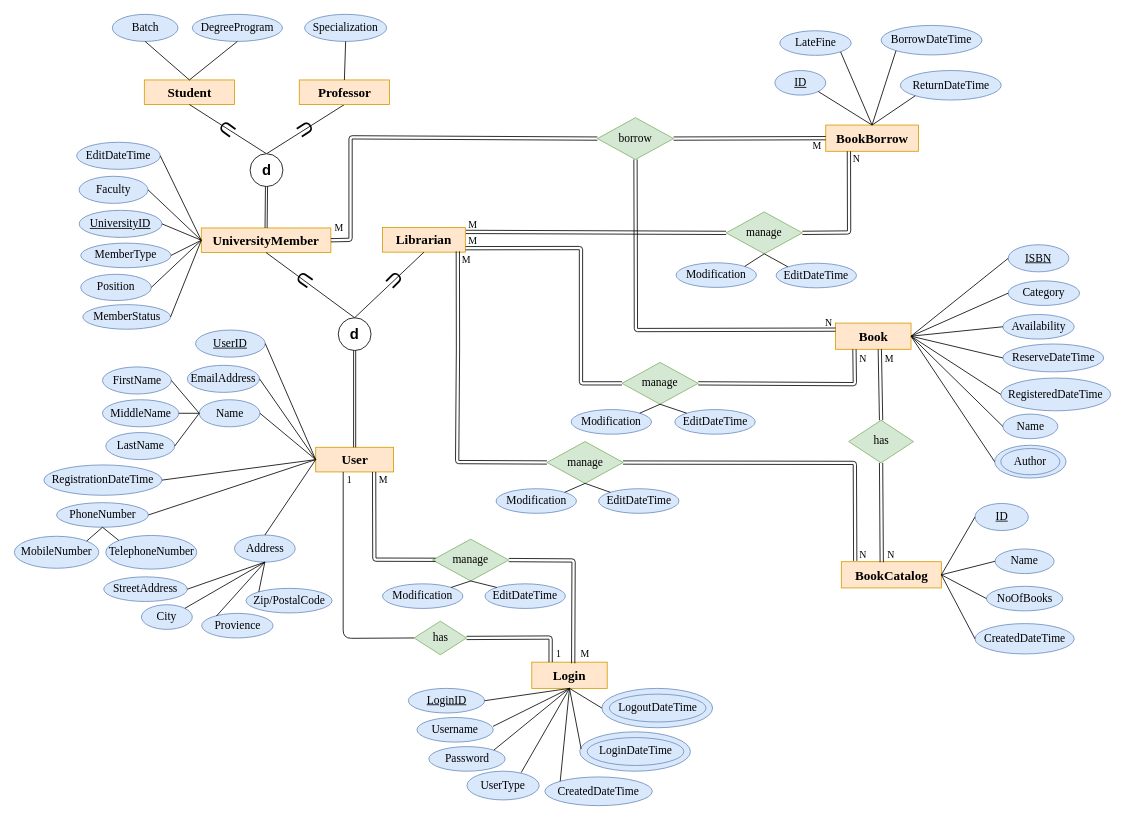
This is Documentation/Database/1.EERD/lsulibraryDB_EERD.drawio from hvlhasanka/Pearson_HND_Computing_Y1S2-Unit10_Web_Design_and_Development, a draw.io file, before an edit. Source tidied: cells renumbered, new cells numbered last; positions are measured from the earlier drawing's top-left corner, leaving out a move shared by most shapes. Both pictures are drawn from the tidied source at 82%, with x=0, y=0 at pixel (14, 14).
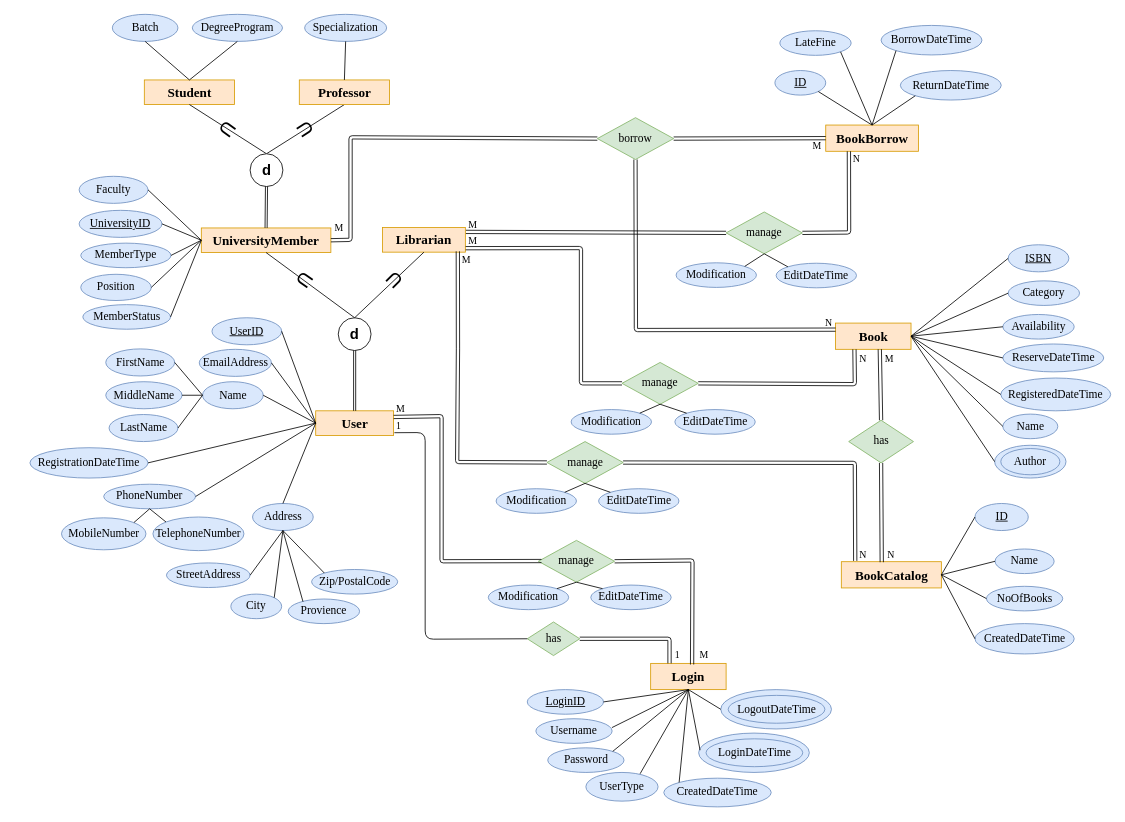
Above is the later version.

Unchanged cells that the change refers to:
```xml
<mxCell id="16" value="UniversityMember" style="rounded=0;whiteSpace=wrap;html=1;fontFamily=Times New Roman;fontSize=16;fillColor=#ffe6cc;strokeColor=#d79b00;fontStyle=1;" parent="1" vertex="1">
  <mxGeometry x="228" y="260.5" width="158" height="30" as="geometry" />
</mxCell>
```

What changed in the source:
```diff
@@
     <mxCell id="2" value="User" style="rounded=0;whiteSpace=wrap;html=1;fontFamily=Times New Roman;fontSize=16;fillColor=#ffe6cc;strokeColor=#d79b00;fontStyle=1;" parent="1" vertex="1">
-      <mxGeometry x="367.5" y="528" width="95" height="30" as="geometry" />
+      <mxGeometry x="367.5" y="483.5" width="95" height="30" as="geometry" />
     </mxCell>
@@
     <mxCell id="26" value="Name" style="ellipse;whiteSpace=wrap;html=1;fontFamily=Times New Roman;fontSize=14;fillColor=#dae8fc;strokeColor=#6c8ebf;" parent="1" vertex="1">
-      <mxGeometry x="225.5" y="470" width="74" height="33" as="geometry" />
+      <mxGeometry x="229.5" y="448" width="74" height="33" as="geometry" />
     </mxCell>
     <mxCell id="27" value="FirstName" style="ellipse;whiteSpace=wrap;html=1;fontFamily=Times New Roman;fontSize=14;fillColor=#dae8fc;strokeColor=#6c8ebf;" parent="1" vertex="1">
-      <mxGeometry x="107.5" y="430" width="84" height="33" as="geometry" />
+      <mxGeometry x="111.5" y="408" width="84" height="33" as="geometry" />
     </mxCell>
     <mxCell id="28" value="MiddleName" style="ellipse;whiteSpace=wrap;html=1;fontFamily=Times New Roman;fontSize=14;fillColor=#dae8fc;strokeColor=#6c8ebf;" parent="1" vertex="1">
-      <mxGeometry x="107.5" y="470" width="93" height="33" as="geometry" />
+      <mxGeometry x="111.5" y="448" width="93" height="33" as="geometry" />
     </mxCell>
     <mxCell id="29" value="LastName" style="ellipse;whiteSpace=wrap;html=1;fontFamily=Times New Roman;fontSize=14;fillColor=#dae8fc;strokeColor=#6c8ebf;" parent="1" vertex="1">
-      <mxGeometry x="111.5" y="510" width="84" height="33" as="geometry" />
+      <mxGeometry x="115.5" y="488" width="84" height="33" as="geometry" />
     </mxCell>
@@
     <mxCell id="31" value="Address" style="ellipse;whiteSpace=wrap;html=1;fontFamily=Times New Roman;fontSize=14;fillColor=#dae8fc;strokeColor=#6c8ebf;" parent="1" vertex="1">
-      <mxGeometry x="268.5" y="635" width="74" height="33" as="geometry" />
+      <mxGeometry x="290.5" y="596.5" width="74" height="33" as="geometry" />
     </mxCell>
     <mxCell id="32" value="StreetAddress" style="ellipse;whiteSpace=wrap;html=1;fontFamily=Times New Roman;fontSize=14;fillColor=#dae8fc;strokeColor=#6c8ebf;" parent="1" vertex="1">
-      <mxGeometry x="109" y="686" width="102" height="30" as="geometry" />
+      <mxGeometry x="185.5" y="669" width="102" height="30" as="geometry" />
     </mxCell>
     <mxCell id="33" value="City" style="ellipse;whiteSpace=wrap;html=1;fontFamily=Times New Roman;fontSize=14;fillColor=#dae8fc;strokeColor=#6c8ebf;" parent="1" vertex="1">
-      <mxGeometry x="155" y="720" width="62" height="30" as="geometry" />
+      <mxGeometry x="264" y="707" width="62" height="30" as="geometry" />
     </mxCell>
     <mxCell id="34" value="Provience" style="ellipse;whiteSpace=wrap;html=1;fontFamily=Times New Roman;fontSize=14;fillColor=#dae8fc;strokeColor=#6c8ebf;" parent="1" vertex="1">
-      <mxGeometry x="228.5" y="730.5" width="87" height="30" as="geometry" />
+      <mxGeometry x="334" y="713" width="87" height="30" as="geometry" />
     </mxCell>
     <mxCell id="35" value="Zip/PostalCode" style="ellipse;whiteSpace=wrap;html=1;fontFamily=Times New Roman;fontSize=14;fillColor=#dae8fc;strokeColor=#6c8ebf;" parent="1" vertex="1">
-      <mxGeometry x="282.5" y="700" width="105" height="30" as="geometry" />
+      <mxGeometry x="362.5" y="677" width="105" height="30" as="geometry" />
     </mxCell>
@@
     <mxCell id="43" value="EmailAddress" style="ellipse;whiteSpace=wrap;html=1;fontFamily=Times New Roman;fontSize=14;fillColor=#dae8fc;strokeColor=#6c8ebf;" parent="1" vertex="1">
-      <mxGeometry x="211" y="428" width="88" height="33" as="geometry" />
+      <mxGeometry x="225.5" y="408.5" width="88" height="33" as="geometry" />
     </mxCell>
-    <mxCell id="44" value="EditDateTime" style="ellipse;whiteSpace=wrap;html=1;fontFamily=Times New Roman;fontSize=14;fillColor=#dae8fc;strokeColor=#6c8ebf;" parent="1" vertex="1">
-      <mxGeometry x="76" y="156" width="102" height="33" as="geometry" />
-    </mxCell>
@@
     <mxCell id="46" value="PhoneNumber" style="ellipse;whiteSpace=wrap;html=1;fontFamily=Times New Roman;fontSize=14;fillColor=#dae8fc;strokeColor=#6c8ebf;" parent="1" vertex="1">
-      <mxGeometry x="51.5" y="595.5" width="112" height="30" as="geometry" />
+      <mxGeometry x="109" y="573" width="112" height="30" as="geometry" />
     </mxCell>
     <mxCell id="47" value="MobileNumber" style="ellipse;whiteSpace=wrap;html=1;fontFamily=Times New Roman;fontSize=14;fillColor=#dae8fc;strokeColor=#6c8ebf;" parent="1" vertex="1">
-      <mxGeometry y="636.5" width="103" height="39" as="geometry" />
+      <mxGeometry x="57.5" y="614" width="103" height="39" as="geometry" />
     </mxCell>
     <mxCell id="48" value="TelephoneNumber" style="ellipse;whiteSpace=wrap;html=1;fontFamily=Times New Roman;fontSize=14;fillColor=#dae8fc;strokeColor=#6c8ebf;" parent="1" vertex="1">
-      <mxGeometry x="111.5" y="635.5" width="111" height="41" as="geometry" />
+      <mxGeometry x="169" y="613" width="111" height="41" as="geometry" />
     </mxCell>
@@
     <mxCell id="51" value="RegistrationDateTime" style="ellipse;whiteSpace=wrap;html=1;fontFamily=Times New Roman;fontSize=14;fillColor=#dae8fc;strokeColor=#6c8ebf;" parent="1" vertex="1">
-      <mxGeometry x="36" y="549.5" width="144" height="37" as="geometry" />
+      <mxGeometry x="19" y="528.5" width="144" height="37" as="geometry" />
     </mxCell>
@@
     <mxCell id="53" value="&lt;u&gt;UserID&lt;/u&gt;" style="ellipse;whiteSpace=wrap;html=1;fontFamily=Times New Roman;fontSize=14;fillColor=#dae8fc;strokeColor=#6c8ebf;" parent="1" vertex="1">
-      <mxGeometry x="221" y="385" width="85" height="33" as="geometry" />
+      <mxGeometry x="241" y="370" width="85" height="33" as="geometry" />
     </mxCell>
@@
-    <mxCell id="55" style="endArrow=none;html=1;entryX=1;entryY=0.5;entryDx=0;entryDy=0;exitX=0;exitY=0.5;exitDx=0;exitDy=0;" parent="1" edge="1" source="16" target="44">
-      <mxGeometry relative="1" as="geometry" />
-    </mxCell>
@@
     <mxCell id="69" value="Login" style="rounded=0;whiteSpace=wrap;html=1;fontFamily=Times New Roman;fontSize=16;fillColor=#ffe6cc;strokeColor=#d79b00;fontStyle=1;" parent="1" vertex="1">
-      <mxGeometry x="631" y="790" width="92" height="32" as="geometry" />
+      <mxGeometry x="776" y="791.5" width="92" height="32" as="geometry" />
     </mxCell>
@@
     <mxCell id="91" value="&lt;u&gt;LoginID&lt;/u&gt;" style="ellipse;whiteSpace=wrap;html=1;fontFamily=Times New Roman;fontSize=14;fillColor=#dae8fc;strokeColor=#6c8ebf;" parent="1" vertex="1">
-      <mxGeometry x="480.5" y="822" width="93" height="30" as="geometry" />
+      <mxGeometry x="625.5" y="823.5" width="93" height="30" as="geometry" />
     </mxCell>
@@
     <mxCell id="93" value="Username" style="ellipse;whiteSpace=wrap;html=1;fontFamily=Times New Roman;fontSize=14;fillColor=#dae8fc;strokeColor=#6c8ebf;" parent="1" vertex="1">
-      <mxGeometry x="491" y="857.5" width="93" height="30" as="geometry" />
+      <mxGeometry x="636" y="859" width="93" height="30" as="geometry" />
     </mxCell>
     <mxCell id="94" value="Password" style="ellipse;whiteSpace=wrap;html=1;fontFamily=Times New Roman;fontSize=14;fillColor=#dae8fc;strokeColor=#6c8ebf;" parent="1" vertex="1">
-      <mxGeometry x="505.5" y="893" width="93" height="30" as="geometry" />
+      <mxGeometry x="650.5" y="894.5" width="93" height="30" as="geometry" />
     </mxCell>
     <mxCell id="95" value="UserType" style="ellipse;whiteSpace=wrap;html=1;fontFamily=Times New Roman;fontSize=14;fillColor=#dae8fc;strokeColor=#6c8ebf;" parent="1" vertex="1">
-      <mxGeometry x="552" y="923" width="88" height="35" as="geometry" />
+      <mxGeometry x="697" y="924.5" width="88" height="35" as="geometry" />
     </mxCell>
@@
     <mxCell id="120" value="has" style="rhombus;whiteSpace=wrap;html=1;fontFamily=Times New Roman;fontSize=14;fillColor=#d5e8d4;strokeColor=#82b366;" parent="1" vertex="1">
-      <mxGeometry x="487.5" y="740" width="64" height="41" as="geometry" />
+      <mxGeometry x="625.5" y="741" width="64" height="41" as="geometry" />
     </mxCell>
-    <mxCell id="121" style="endArrow=none;html=1;entryX=0;entryY=0.5;entryDx=0;entryDy=0;exitX=0.353;exitY=1;exitDx=0;exitDy=0;exitPerimeter=0;" parent="1" edge="1" source="2" target="120">
+    <mxCell id="121" style="endArrow=none;html=1;entryX=0;entryY=0.5;entryDx=0;entryDy=0;exitX=1.01;exitY=0.89;exitDx=0;exitDy=0;exitPerimeter=0;" parent="1" edge="1" source="2" target="120">
       <mxGeometry relative="1" as="geometry">
         <Array as="points">
-          <mxPoint x="401" y="761" />
+          <mxPoint x="501" y="510" />
+          <mxPoint x="501" y="762" />
         </Array>
       </mxGeometry>
     </mxCell>
     <mxCell id="122" style="endArrow=none;html=1;entryX=0.25;entryY=0;entryDx=0;entryDy=0;exitX=1;exitY=0.5;exitDx=0;exitDy=0;shape=link;" parent="1" edge="1" source="120" target="69">
       <mxGeometry relative="1" as="geometry">
         <Array as="points">
-          <mxPoint x="654" y="760" />
+          <mxPoint x="799" y="761.5" />
         </Array>
       </mxGeometry>
     </mxCell>
     <mxCell id="123" value="1" style="text;html=1;align=left;verticalAlign=top;spacingTop=-4;fontFamily=Times New Roman;" parent="1" vertex="1">
-      <mxGeometry x="404" y="558" width="20" height="20" as="geometry" />
+      <mxGeometry x="464" y="491.5" width="20" height="20" as="geometry" />
     </mxCell>
     <mxCell id="124" value="1" style="text;html=1;align=left;verticalAlign=top;spacingTop=-4;fontFamily=Times New Roman;" parent="1" vertex="1">
-      <mxGeometry x="659" y="770" width="20" height="20" as="geometry" />
+      <mxGeometry x="804" y="771.5" width="20" height="20" as="geometry" />
     </mxCell>
@@
     <mxCell id="154" style="ellipse;whiteSpace=wrap;html=1;fontFamily=Times New Roman;fontSize=14;fillColor=#dae8fc;strokeColor=#6c8ebf;" parent="1" vertex="1">
-      <mxGeometry x="689.5" y="875" width="135" height="48" as="geometry" />
+      <mxGeometry x="834.5" y="876.5" width="135" height="48" as="geometry" />
     </mxCell>
     <mxCell id="155" value="LoginDateTime" style="ellipse;whiteSpace=wrap;html=1;fontFamily=Times New Roman;fontSize=14;fillColor=#dae8fc;strokeColor=#6c8ebf;" parent="1" vertex="1">
-      <mxGeometry x="698.5" y="882" width="118" height="34" as="geometry" />
+      <mxGeometry x="843.5" y="883.5" width="118" height="34" as="geometry" />
     </mxCell>
     <mxCell id="156" style="ellipse;whiteSpace=wrap;html=1;fontFamily=Times New Roman;fontSize=14;fillColor=#dae8fc;strokeColor=#6c8ebf;" parent="1" vertex="1">
-      <mxGeometry x="716.5" y="822" width="135" height="48" as="geometry" />
+      <mxGeometry x="861.5" y="823.5" width="135" height="48" as="geometry" />
     </mxCell>
     <mxCell id="157" value="LogoutDateTime" style="ellipse;whiteSpace=wrap;html=1;fontFamily=Times New Roman;fontSize=14;fillColor=#dae8fc;strokeColor=#6c8ebf;" parent="1" vertex="1">
-      <mxGeometry x="725.5" y="829" width="118" height="34" as="geometry" />
+      <mxGeometry x="870.5" y="830.5" width="118" height="34" as="geometry" />
     </mxCell>
@@
     <mxCell id="160" value="manage" style="rhombus;whiteSpace=wrap;html=1;fontFamily=Times New Roman;fontSize=14;fillColor=#d5e8d4;strokeColor=#82b366;" parent="1" vertex="1">
-      <mxGeometry x="510" y="640" width="93" height="51" as="geometry" />
+      <mxGeometry x="639" y="641.5" width="93" height="51" as="geometry" />
     </mxCell>
     <mxCell id="161" value="EditDateTime" style="ellipse;whiteSpace=wrap;html=1;fontFamily=Times New Roman;fontSize=14;fillColor=#dae8fc;strokeColor=#6c8ebf;" parent="1" vertex="1">
-      <mxGeometry x="574" y="694.5" width="98" height="30" as="geometry" />
+      <mxGeometry x="703" y="696" width="98" height="30" as="geometry" />
     </mxCell>
@@
     <mxCell id="163" value="Modification" style="ellipse;whiteSpace=wrap;html=1;fontFamily=Times New Roman;fontSize=14;fillColor=#dae8fc;strokeColor=#6c8ebf;" parent="1" vertex="1">
-      <mxGeometry x="449" y="694.5" width="98" height="30" as="geometry" />
+      <mxGeometry x="578" y="696" width="98" height="30" as="geometry" />
     </mxCell>
@@
-    <mxCell id="165" style="endArrow=none;html=1;shape=link;exitX=0.75;exitY=1;exitDx=0;exitDy=0;entryX=0.041;entryY=0.494;entryDx=0;entryDy=0;entryPerimeter=0;" parent="1" edge="1" source="2" target="160">
+    <mxCell id="165" style="endArrow=none;html=1;shape=link;exitX=1;exitY=0.25;exitDx=0;exitDy=0;entryX=0.041;entryY=0.494;entryDx=0;entryDy=0;entryPerimeter=0;" parent="1" edge="1" source="2" target="160">
       <mxGeometry relative="1" as="geometry">
         <Array as="points">
-          <mxPoint x="439" y="665" />
+          <mxPoint x="521" y="490" />
+          <mxPoint x="521" y="667" />
         </Array>
       </mxGeometry>
     </mxCell>
     <mxCell id="166" value="M" style="text;html=1;align=left;verticalAlign=top;spacingTop=-4;fontFamily=Times New Roman;" parent="1" vertex="1">
-      <mxGeometry x="442.5" y="557.5" width="30" height="20" as="geometry" />
+      <mxGeometry x="464" y="471.5" width="30" height="20" as="geometry" />
     </mxCell>
     <mxCell id="167" style="endArrow=none;html=1;entryX=0.549;entryY=0.043;entryDx=0;entryDy=0;exitX=1;exitY=0.5;exitDx=0;exitDy=0;shape=link;entryPerimeter=0;" parent="1" edge="1" source="160" target="69">
       <mxGeometry relative="1" as="geometry">
         <Array as="points">
-          <mxPoint x="682" y="666" />
+          <mxPoint x="827" y="666" />
         </Array>
       </mxGeometry>
     </mxCell>
     <mxCell id="168" value="M" style="text;html=1;align=left;verticalAlign=top;spacingTop=-4;fontFamily=Times New Roman;" parent="1" vertex="1">
-      <mxGeometry x="689" y="770" width="30" height="20" as="geometry" />
+      <mxGeometry x="834" y="771.5" width="30" height="20" as="geometry" />
     </mxCell>
     <mxCell id="169" value="CreatedDateTime" style="ellipse;whiteSpace=wrap;html=1;fontFamily=Times New Roman;fontSize=14;fillColor=#dae8fc;strokeColor=#6c8ebf;" parent="1" vertex="1">
-      <mxGeometry x="647" y="930" width="131" height="35" as="geometry" />
+      <mxGeometry x="792" y="931.5" width="131" height="35" as="geometry" />
     </mxCell>
```
